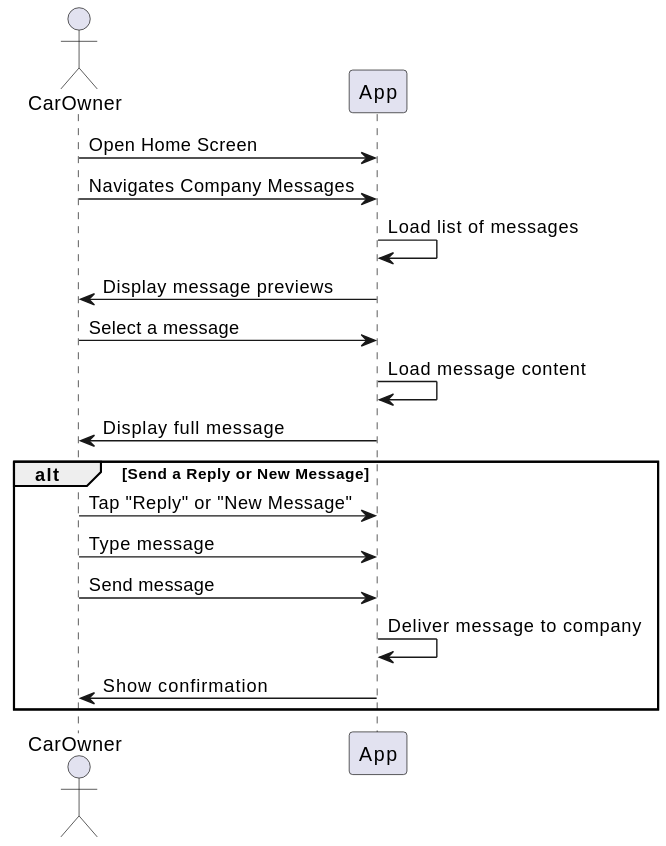
Before: DOCS/Usecases/User/MessageCompany/MessageCompany.svg, a diagram exported from PlantUML (TheXik/Ad-on-Wheels).
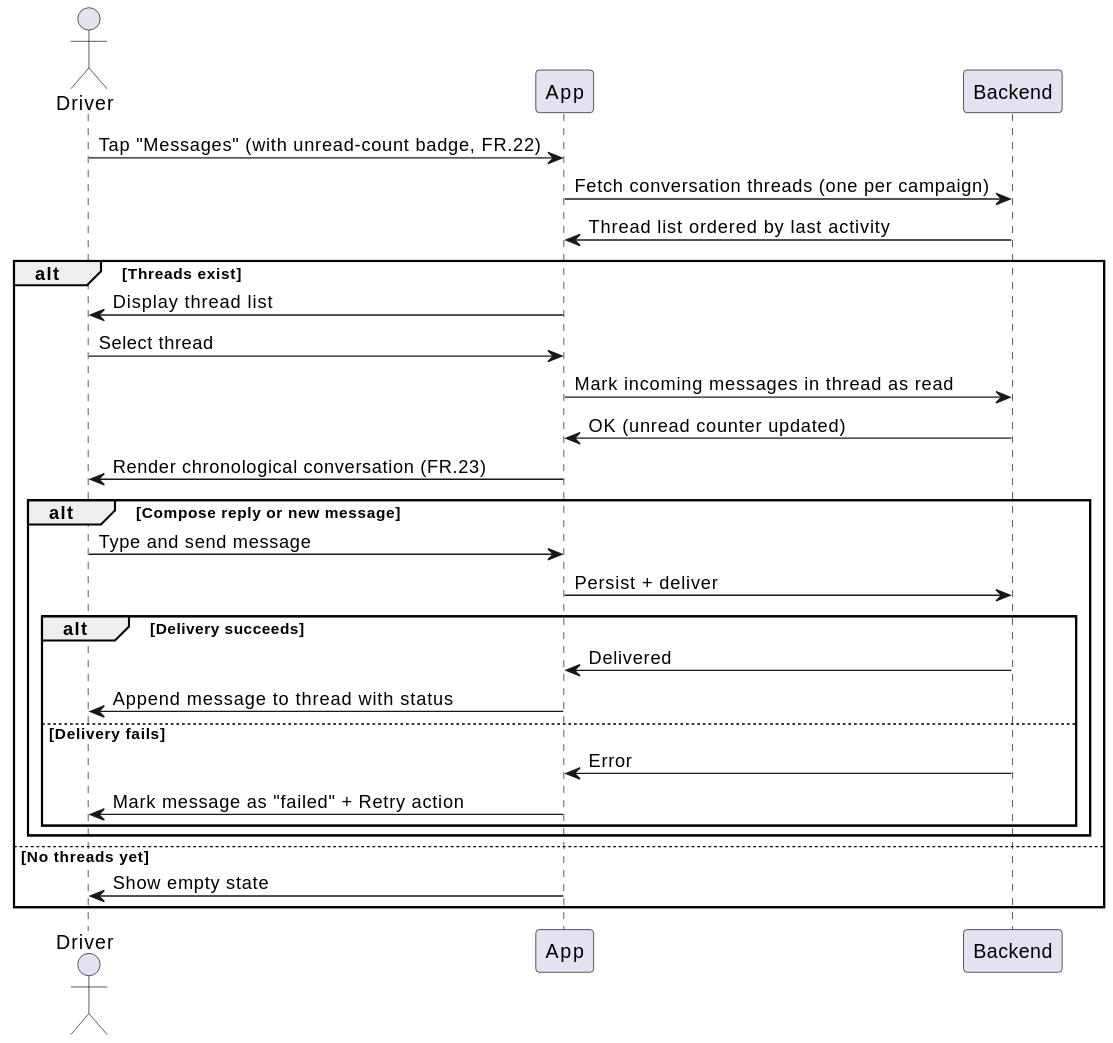
After the change.

Change to the diagram source:
```diff
@@ -1,20 +1,30 @@
 @startuml
-actor CarOwner
+actor Driver
 
-CarOwner -> App : Open Home Screen
-CarOwner -> App : Navigates Company Messages
-App -> App : Load list of messages
-App -> CarOwner : Display message previews
+Driver -> App : Tap "Messages" (with unread-count badge, FR.22)
+App -> Backend : Fetch conversation threads (one per campaign)
+Backend -> App : Thread list ordered by last activity
 
-CarOwner -> App : Select a message
-App -> App : Load message content
-App -> CarOwner : Display full message
+alt Threads exist
+    App -> Driver : Display thread list
+    Driver -> App : Select thread
+    App -> Backend : Mark incoming messages in thread as read
+    Backend -> App : OK (unread counter updated)
+    App -> Driver : Render chronological conversation (FR.23)
 
-alt Send a Reply or New Message
-    CarOwner -> App : Tap "Reply" or "New Message"
-    CarOwner -> App : Type message
-    CarOwner -> App : Send message
-    App -> App : Deliver message to company
-    App -> CarOwner : Show confirmation
+    alt Compose reply or new message
+        Driver -> App : Type and send message
+        App -> Backend : Persist + deliver
+        alt Delivery succeeds
+            Backend -> App : Delivered
+            App -> Driver : Append message to thread with status
+        else Delivery fails
+            Backend -> App : Error
+            App -> Driver : Mark message as "failed" + Retry action
+        end
+    end
+
+else No threads yet
+    App -> Driver : Show empty state
 end
 @enduml
```
